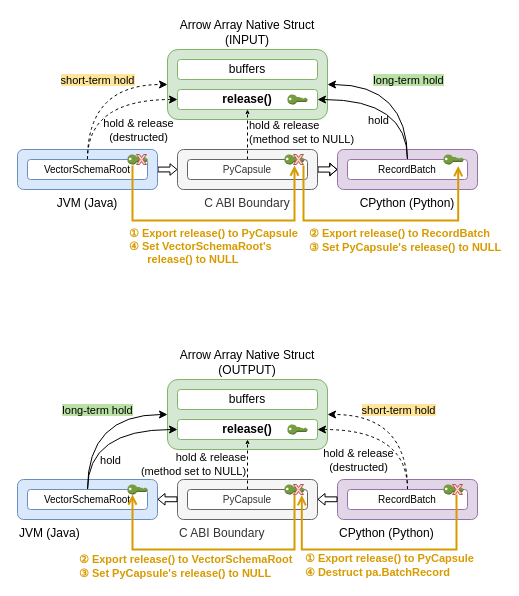
Above: page "transfer-owner" (6 of 11) of grad.drawio in shinyano/drawio (draw.io), before the change. Source tidied: cells renumbered, new cells numbered last; positions are measured from the earlier drawing's top-left corner, leaving out a move shared by most shapes. Both pictures are drawn from the tidied source at 100%, with x=0, y=0 at pixel (17, 49).
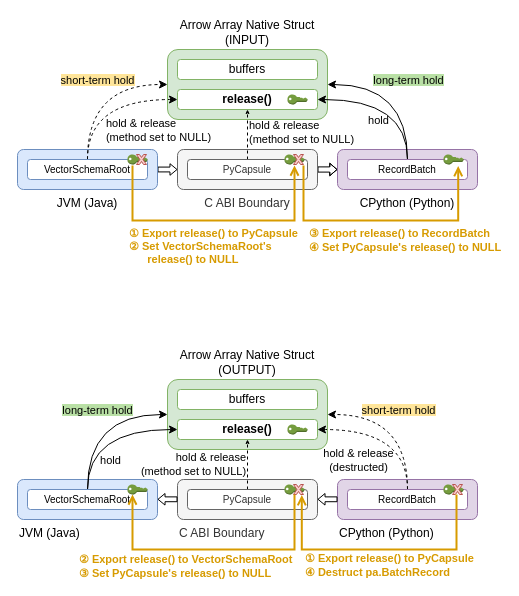
After the change.

The change refers to these unchanged cells:
```xml
<mxCell id="10" style="edgeStyle=orthogonalEdgeStyle;rounded=0;jettySize=auto;html=1;exitX=0.5;exitY=0;exitDx=0;exitDy=0;entryX=0;entryY=0.5;entryDx=0;entryDy=0;curved=1;dashed=1;" parent="1" edge="1" source="12" target="4">
  <mxGeometry relative="1" as="geometry" />
</mxCell>
```

What changed in the source:
```diff
@@
-    <mxCell id="11" value="&lt;span style=&quot;&quot;&gt;hold &amp;amp; release&lt;/span&gt;&lt;div style=&quot;&quot;&gt;(destructed)&lt;/div&gt;" style="edgeLabel;html=1;align=center;verticalAlign=middle;labelBackgroundColor=none;" parent="10" vertex="1">
+    <mxCell id="11" value="&lt;div style=&quot;text-align: left;&quot;&gt;&lt;span style=&quot;background-color: transparent; color: light-dark(rgb(0, 0, 0), rgb(255, 255, 255));&quot;&gt;hold &amp;amp; release&lt;/span&gt;&lt;/div&gt;&lt;div style=&quot;&quot;&gt;(&lt;span style=&quot;text-align: left;&quot;&gt;method set to NULL&lt;/span&gt;)&lt;/div&gt;" style="edgeLabel;html=1;align=center;verticalAlign=middle;labelBackgroundColor=none;" parent="10" vertex="1">
       <mxGeometry x="0.52" y="-6" relative="1" as="geometry">
-        <mxPoint x="-4" y="24" as="offset" />
+        <mxPoint x="16" y="24" as="offset" />
       </mxGeometry>
     </mxCell>
@@
-    <mxCell id="62" value="① Export release() to PyCapsule&lt;div&gt;④&amp;nbsp;&lt;span style=&quot;background-color: transparent; color: light-dark(rgb(215, 155, 0), rgb(153, 101, 0));&quot;&gt;Set&amp;nbsp;&lt;/span&gt;VectorSchemaRoot&lt;span style=&quot;background-color: transparent; color: light-dark(rgb(215, 155, 0), rgb(153, 101, 0));&quot;&gt;'s&amp;nbsp;&lt;/span&gt;&lt;/div&gt;&lt;div&gt;&lt;span style=&quot;background-color: transparent; color: light-dark(rgb(215, 155, 0), rgb(153, 101, 0));&quot;&gt;&amp;nbsp; &amp;nbsp; &amp;nbsp;&lt;/span&gt;&lt;span style=&quot;background-color: transparent; color: light-dark(rgb(215, 155, 0), rgb(153, 101, 0));&quot;&gt;&amp;nbsp;&lt;/span&gt;&lt;span style=&quot;background-color: transparent; color: light-dark(rgb(215, 155, 0), rgb(153, 101, 0));&quot;&gt;release()&amp;nbsp;&lt;/span&gt;&lt;span style=&quot;background-color: transparent; color: light-dark(rgb(215, 155, 0), rgb(153, 101, 0));&quot;&gt;to NULL&lt;/span&gt;&lt;/div&gt;" style="edgeLabel;html=1;align=left;verticalAlign=middle;labelBackgroundColor=none;fontColor=#D79B00;fontStyle=1;" parent="1" vertex="1">
+    <mxCell id="62" value="① Export release() to PyCapsule&lt;br&gt;&lt;div&gt;&lt;span style=&quot;background-color: transparent; color: light-dark(rgb(215, 155, 0), rgb(153, 101, 0));&quot;&gt;②&lt;/span&gt;&amp;nbsp;&lt;span style=&quot;background-color: transparent; color: light-dark(rgb(215, 155, 0), rgb(153, 101, 0));&quot;&gt;Set&amp;nbsp;&lt;/span&gt;VectorSchemaRoot&lt;span style=&quot;background-color: transparent; color: light-dark(rgb(215, 155, 0), rgb(153, 101, 0));&quot;&gt;'s&amp;nbsp;&lt;/span&gt;&lt;/div&gt;&lt;div&gt;&lt;span style=&quot;background-color: transparent; color: light-dark(rgb(215, 155, 0), rgb(153, 101, 0));&quot;&gt;&amp;nbsp; &amp;nbsp; &amp;nbsp;&lt;/span&gt;&lt;span style=&quot;background-color: transparent; color: light-dark(rgb(215, 155, 0), rgb(153, 101, 0));&quot;&gt;&amp;nbsp;&lt;/span&gt;&lt;span style=&quot;background-color: transparent; color: light-dark(rgb(215, 155, 0), rgb(153, 101, 0));&quot;&gt;release()&amp;nbsp;&lt;/span&gt;&lt;span style=&quot;background-color: transparent; color: light-dark(rgb(215, 155, 0), rgb(153, 101, 0));&quot;&gt;to NULL&lt;/span&gt;&lt;/div&gt;" style="edgeLabel;html=1;align=left;verticalAlign=middle;labelBackgroundColor=none;fontColor=#D79B00;fontStyle=1;" parent="1" vertex="1">
       <mxGeometry x="110" y="196" as="geometry" />
     </mxCell>
-    <mxCell id="63" value="② Export release() to&amp;nbsp;RecordBatch&lt;br&gt;&lt;div&gt;&lt;span style=&quot;background-color: transparent; color: light-dark(rgb(215, 155, 0), rgb(153, 101, 0));&quot;&gt;③&lt;/span&gt;&amp;nbsp;Set PyCapsule's release() to NULL&lt;/div&gt;" style="edgeLabel;html=1;align=left;verticalAlign=middle;labelBackgroundColor=none;fontColor=#D79B00;fontStyle=1;" parent="1" vertex="1">
+    <mxCell id="63" value="③&amp;nbsp;Export release() to&amp;nbsp;RecordBatch&lt;br&gt;&lt;div&gt;&lt;span style=&quot;background-color: transparent; color: light-dark(rgb(215, 155, 0), rgb(153, 101, 0));&quot;&gt;④&lt;/span&gt;&lt;span style=&quot;background-color: transparent; color: light-dark(rgb(215, 155, 0), rgb(153, 101, 0));&quot;&gt;&amp;nbsp;Set PyCapsule's release() to NULL&lt;/span&gt;&lt;/div&gt;" style="edgeLabel;html=1;align=left;verticalAlign=middle;labelBackgroundColor=none;fontColor=#D79B00;fontStyle=1;" parent="1" vertex="1">
       <mxGeometry x="290" y="190" as="geometry" />
     </mxCell>
```
